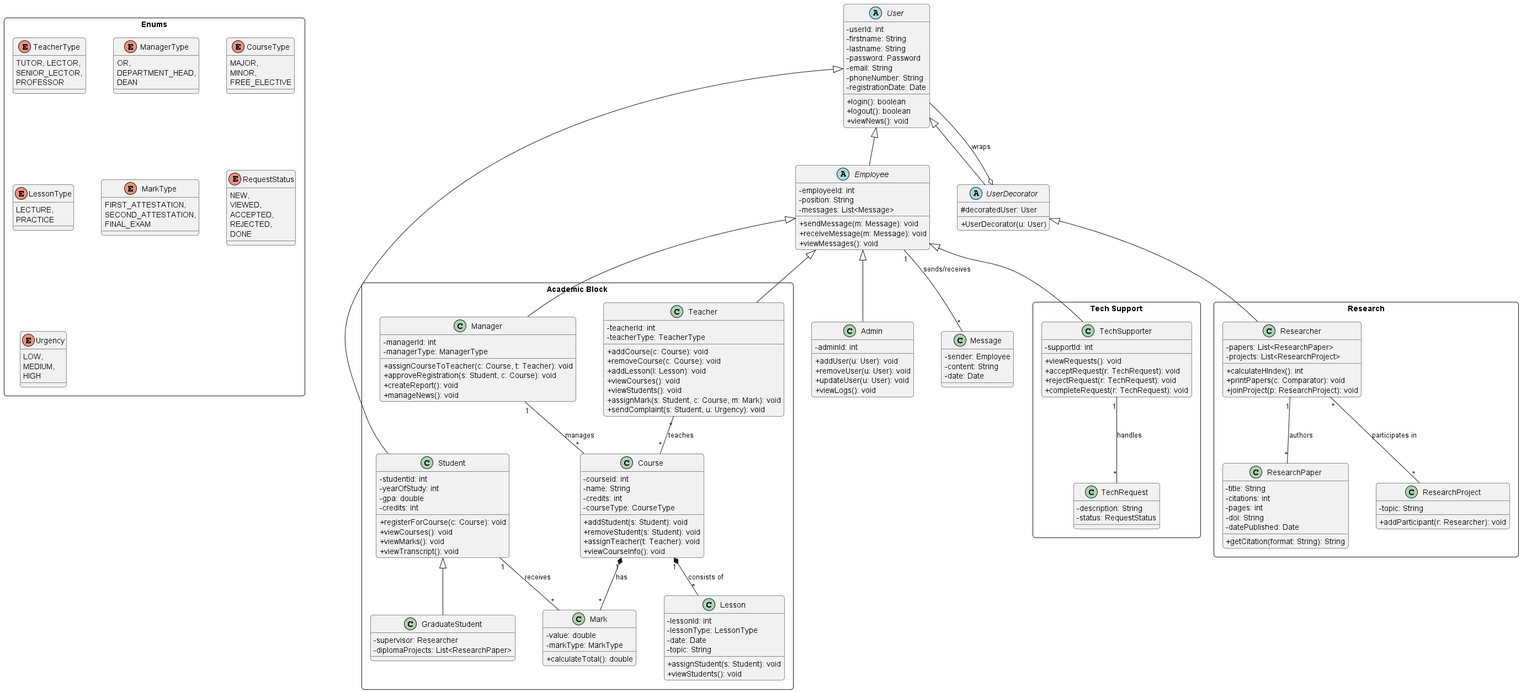
ofeerist/uni-crm-oop keeps this PlantUML diagram as PartA/image/classDiagram.png. Above is the earlier version. Source of this version:
```plantuml
@startuml
skinparam classAttributeIconSize 0
skinparam roundcorner 10
skinparam nodesep 50
skinparam ranksep 50

rectangle "Enums" {
    enum TeacherType {
        TUTOR, LECTOR,
        SENIOR_LECTOR,
        PROFESSOR
    }
    enum ManagerType {
        OR,
        DEPARTMENT_HEAD,
        DEAN
    }
    enum CourseType {
        MAJOR,
        MINOR,
        FREE_ELECTIVE
    }
    enum LessonType {
        LECTURE,
        PRACTICE
    }
    enum MarkType {
        FIRST_ATTESTATION,
        SECOND_ATTESTATION,
        FINAL_EXAM
    }
    enum RequestStatus {
        NEW,
        VIEWED,
        ACCEPTED,
        REJECTED,
        DONE
    }
    enum Urgency {
        LOW,
        MEDIUM,
        HIGH
    }
}

abstract class User {
    - userId: int
    - firstname: String
    - lastname: String
    - password: Password
    - email: String
    - phoneNumber: String
    - registrationDate: Date
    + login(): boolean
    + logout(): boolean
    + viewNews(): void
}

abstract class Employee {
    - employeeId: int
    - position: String
    - messages: List<Message>
    + sendMessage(m: Message): void
    + receiveMessage(m: Message): void
    + viewMessages(): void
}

rectangle "Academic Block" {

    class Student {
    - studentId: int
    - yearOfStudy: int
    - gpa: double
    - credits: int
    + registerForCourse(c: Course): void
    + viewCourses(): void
    + viewMarks(): void
    + viewTranscript(): void
    }

    class GraduateStudent {
        - supervisor: Researcher
        - diplomaProjects: List<ResearchPaper>
    }

    class Teacher {
        - teacherId: int
        - teacherType: TeacherType
        + addCourse(c: Course): void
        + removeCourse(c: Course): void
        + addLesson(l: Lesson): void
        + viewCourses(): void
        + viewStudents(): void
        + assignMark(s: Student, c: Course, m: Mark): void
        + sendComplaint(s: Student, u: Urgency): void
    }

    class Manager {
        - managerId: int
        - managerType: ManagerType
        + assignCourseToTeacher(c: Course, t: Teacher): void
        + approveRegistration(s: Student, c: Course): void
        + createReport(): void
        + manageNews(): void
    }

    class Course {
        - courseId: int
        - name: String
        - credits: int
        - courseType: CourseType
        + addStudent(s: Student): void
        + removeStudent(s: Student): void
        + assignTeacher(t: Teacher): void
        + viewCourseInfo(): void
    }

    class Lesson {
        - lessonId: int
        - lessonType: LessonType
        - date: Date
        - topic: String
        + assignStudent(s: Student): void
        + viewStudents(): void
    }

    class Mark {
        - value: double
        - markType: MarkType
        + calculateTotal(): double
    }

}

rectangle "Tech Support" {

    class TechSupporter {
        - supportId: int
        + viewRequests(): void
        + acceptRequest(r: TechRequest): void
        + rejectRequest(r: TechRequest): void
        + completeRequest(r: TechRequest): void
    }

    class TechRequest {
        - description: String
        - status: RequestStatus
    }

}

class Admin {
    - adminId: int
    + addUser(u: User): void
    + removeUser(u: User): void
    + updateUser(u: User): void
    + viewLogs(): void
}


abstract class UserDecorator {
    # decoratedUser: User
    + UserDecorator(u: User)
}

class Message {
    - sender: Employee
    - content: String
    - date: Date
}

rectangle "Research" {

    class Researcher {
        - papers: List<ResearchPaper>
        - projects: List<ResearchProject>
        + calculateHIndex(): int
        + printPapers(c: Comparator): void
        + joinProject(p: ResearchProject): void
    }

    class ResearchPaper {
        - title: String
        - citations: int
        - pages: int
        - doi: String
        - datePublished: Date
        + getCitation(format: String): String
    }

    class ResearchProject {
        - topic: String
        + addParticipant(r: Researcher): void
    }

}

User <|-- Student
Student <|-- GraduateStudent
User <|-- Employee
Employee <|-- Teacher
Employee <|-- Manager
Employee <|-- TechSupporter
Employee <|-- Admin

User <|-- UserDecorator
UserDecorator <|-- Researcher
UserDecorator o-- User : "wraps"

Student "1" -- "*" Mark : "receives"
Course "1" *-- "*" Mark : "has"
Course "1" *-- "*" Lesson : "consists of"
Teacher "*" -- "*" Course : "teaches"
Manager "1" -- "*" Course : "manages"
Employee "1" -- "*" Message : "sends/receives"
TechSupporter "1" -- "*" TechRequest : "handles"

Researcher "1" -- "*" ResearchPaper : "authors"
Researcher "*" -- "*" ResearchProject : "participates in"

@enduml
```
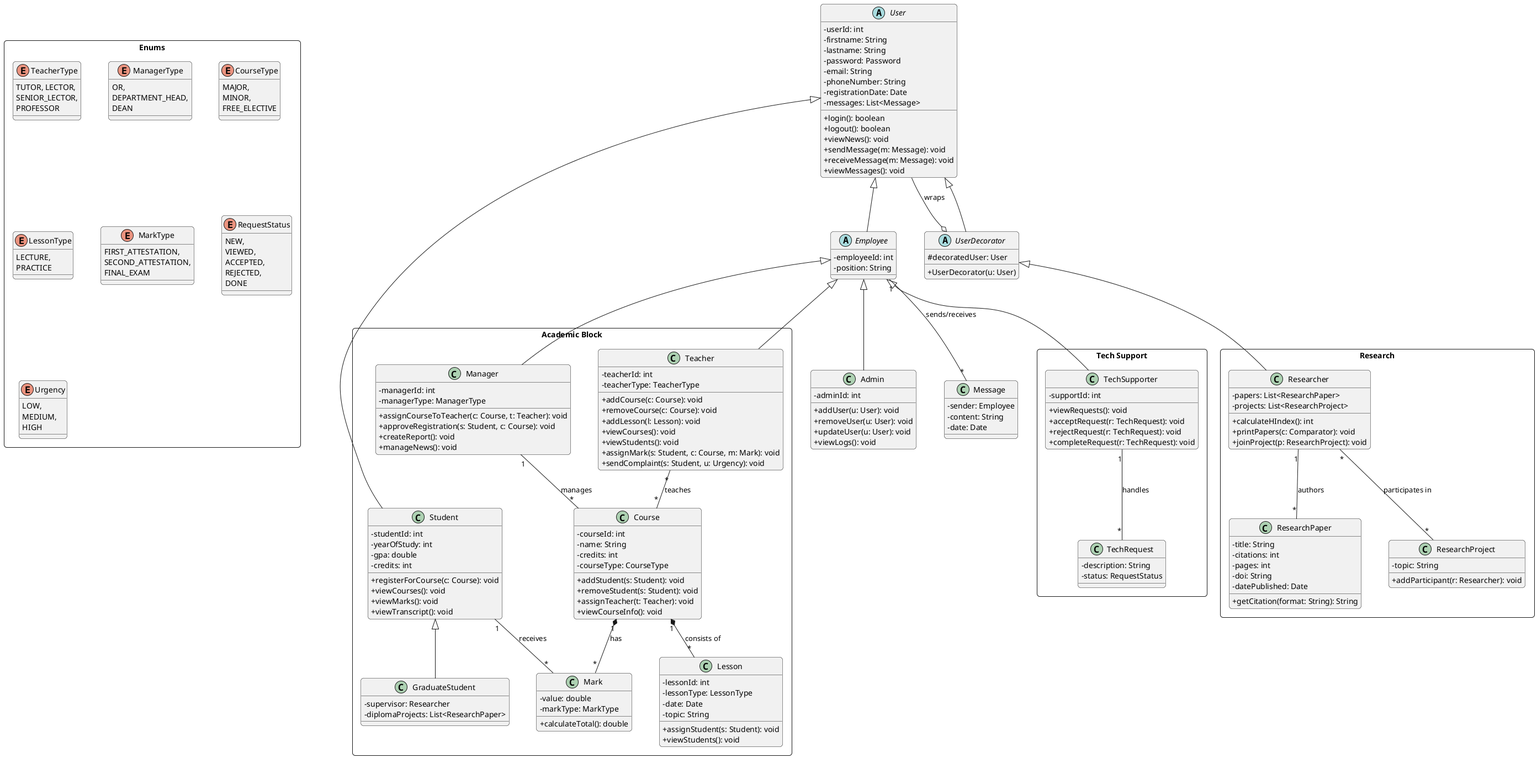
The same diagram one commit later.

Commit message:
Update class diagram

Change to the diagram source:
```diff
@@ -51,18 +51,18 @@
     - email: String
     - phoneNumber: String
     - registrationDate: Date
+    - messages: List<Message>
     + login(): boolean
     + logout(): boolean
     + viewNews(): void
+    + sendMessage(m: Message): void
+    + receiveMessage(m: Message): void
+    + viewMessages(): void
 }
 
 abstract class Employee {
     - employeeId: int
     - position: String
-    - messages: List<Message>
-    + sendMessage(m: Message): void
-    + receiveMessage(m: Message): void
-    + viewMessages(): void
 }
 
 rectangle "Academic Block" {
```
